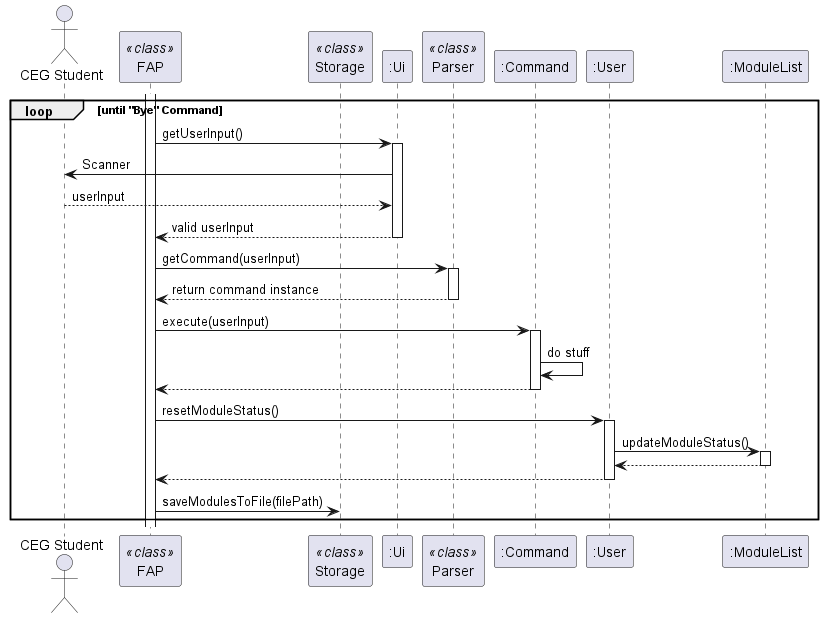
The PlantUML diagram docs/diagrams/ArchitectureSequenceDiagram.png in fungg0/tp, before a commit.
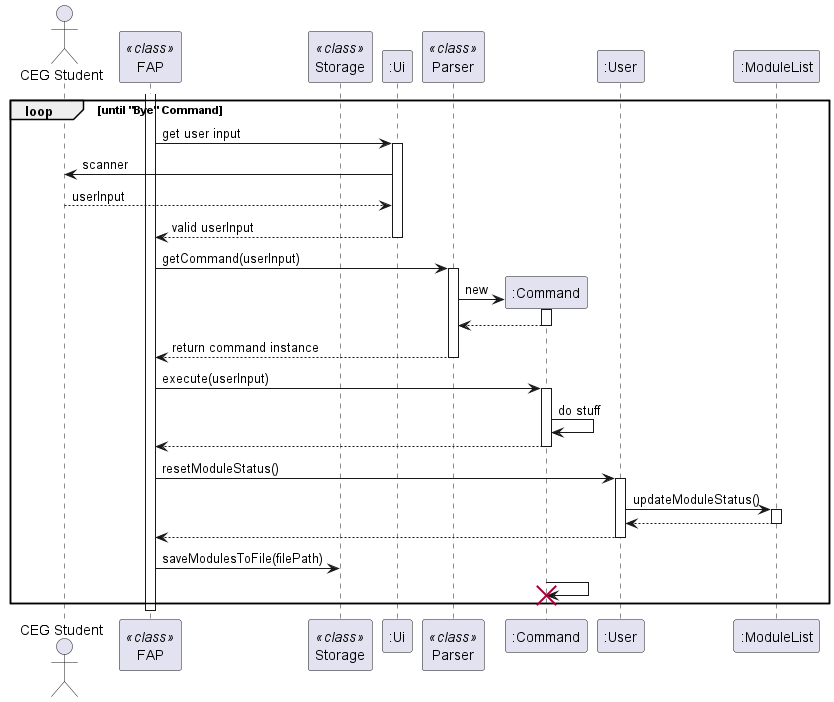
Above is the later version.

Diff of the diagram source:
```diff
@@ -6,18 +6,14 @@
 participant Storage as Storage <<class>>
 participant Ui as ":Ui"
 participant Parser as Parser <<class>>
-participant Command as ":Command"
-participant User as ":User"
-participant ModuleList as ":ModuleList"
 
 activate FAP
-
 loop until "Bye" Command
 
-FAP -> Ui: getUserInput()
+FAP -> Ui: get user input
 activate Ui
 
-Ui -> Student: Scanner
+Ui -> Student: scanner
 Student --> Ui: userInput
 Ui --> FAP: valid userInput
 
@@ -25,14 +21,21 @@
 
 FAP -> Parser: getCommand(userInput)
 activate Parser
+Parser -> ":Command"**: new
+activate ":Command"
+":Command" --> Parser:
+deactivate ":Command"
 Parser --> FAP: return command instance
 deactivate Parser
 
-FAP -> Command: execute(userInput)
-activate Command
-Command -> Command: do stuff
-Command --> FAP
-deactivate Command
+FAP -> ":Command": execute(userInput)
+activate ":Command"
+":Command" -> ":Command": do stuff
+":Command" --> FAP
+deactivate ":Command"
+
+participant User as ":User"
+participant ModuleList as ":ModuleList"
 
 FAP -> User: resetModuleStatus()
 activate User
@@ -44,6 +47,9 @@
 deactivate User
 
 FAP -> Storage: saveModulesToFile(filePath)
+":Command" -> ":Command"
+destroy ":Command"
 end loop
+deactivate FAP
 
 @enduml
```
